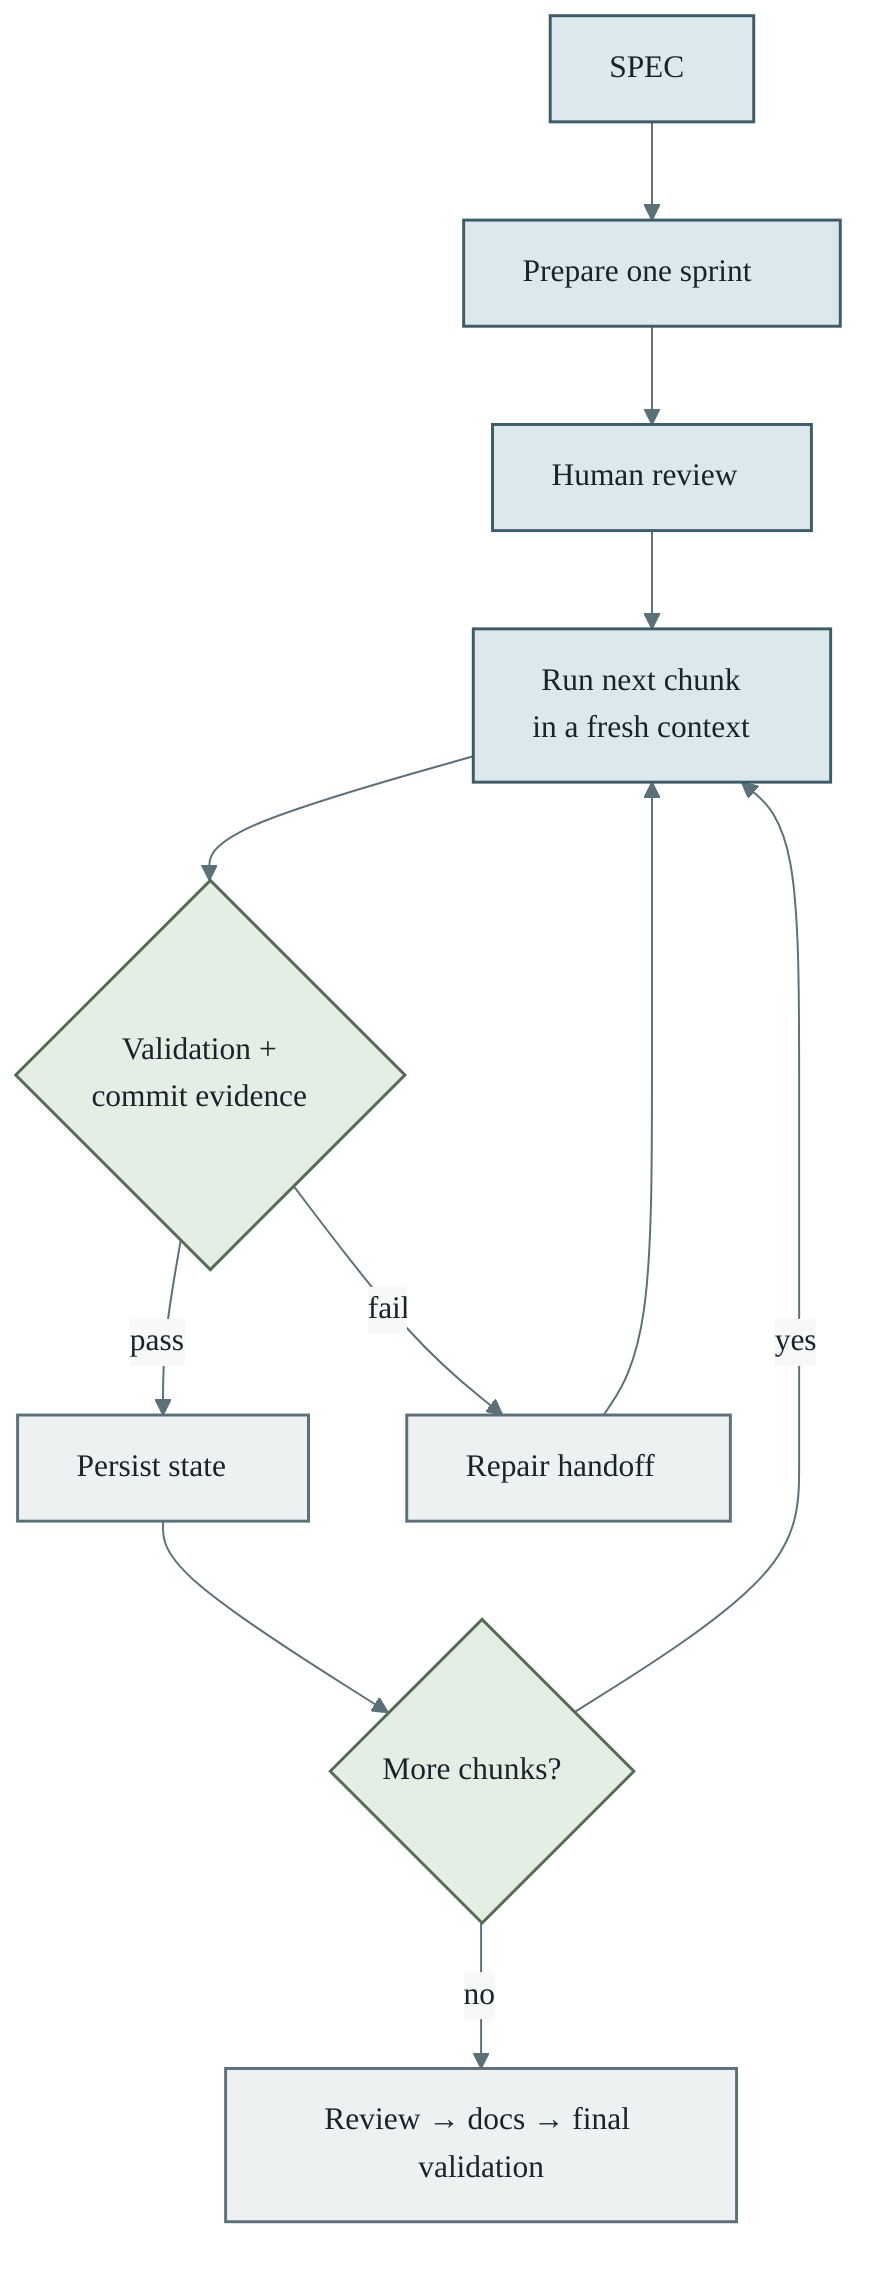
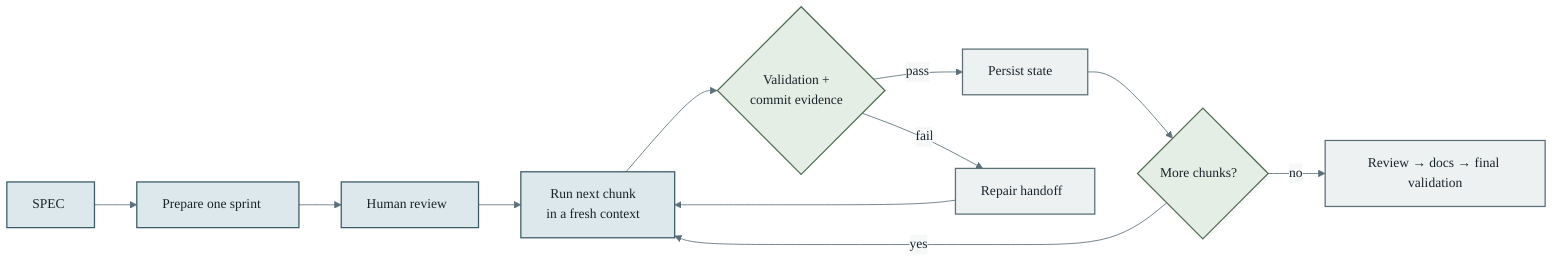
%%{init: {'theme': 'base', 'themeVariables': {'primaryColor': '#DCE8EC', 'primaryTextColor': '#18242B', 'primaryBorderColor': '#3D5B68', 'lineColor': '#5C707A', 'secondaryColor': '#E5EEE4', 'tertiaryColor': '#EDF1F2', 'edgeLabelBackground': '#F7F9F9', 'fontFamily': 'system-ui'}}}%%
- flowchart TD
+ flowchart LR
    spec["SPEC"] --> prepare["Prepare one sprint"]
    prepare --> review["Human review"]
    review --> chunk["Run next chunk<br/>in a fresh context"]
    chunk --> evidence{"Validation +<br/>commit evidence"}
    evidence -->|pass| state["Persist state"]
    state --> more{"More chunks?"}
    more -->|yes| chunk
    more -->|no| hooks["Review → docs → final validation"]
    evidence -->|fail| repair["Repair handoff"]
    repair --> chunk

    classDef phase fill:#DCE8EC,stroke:#3D5B68,color:#18242B,stroke-width:1.5px;
    classDef gate fill:#E5EEE4,stroke:#536D55,color:#18242B,stroke-width:1.5px;
    classDef outcome fill:#EDF1F2,stroke:#5C707A,color:#18242B,stroke-width:1.5px;
    class spec,prepare,review,chunk phase;
    class evidence,more gate;
    class state,hooks,repair outcome;
